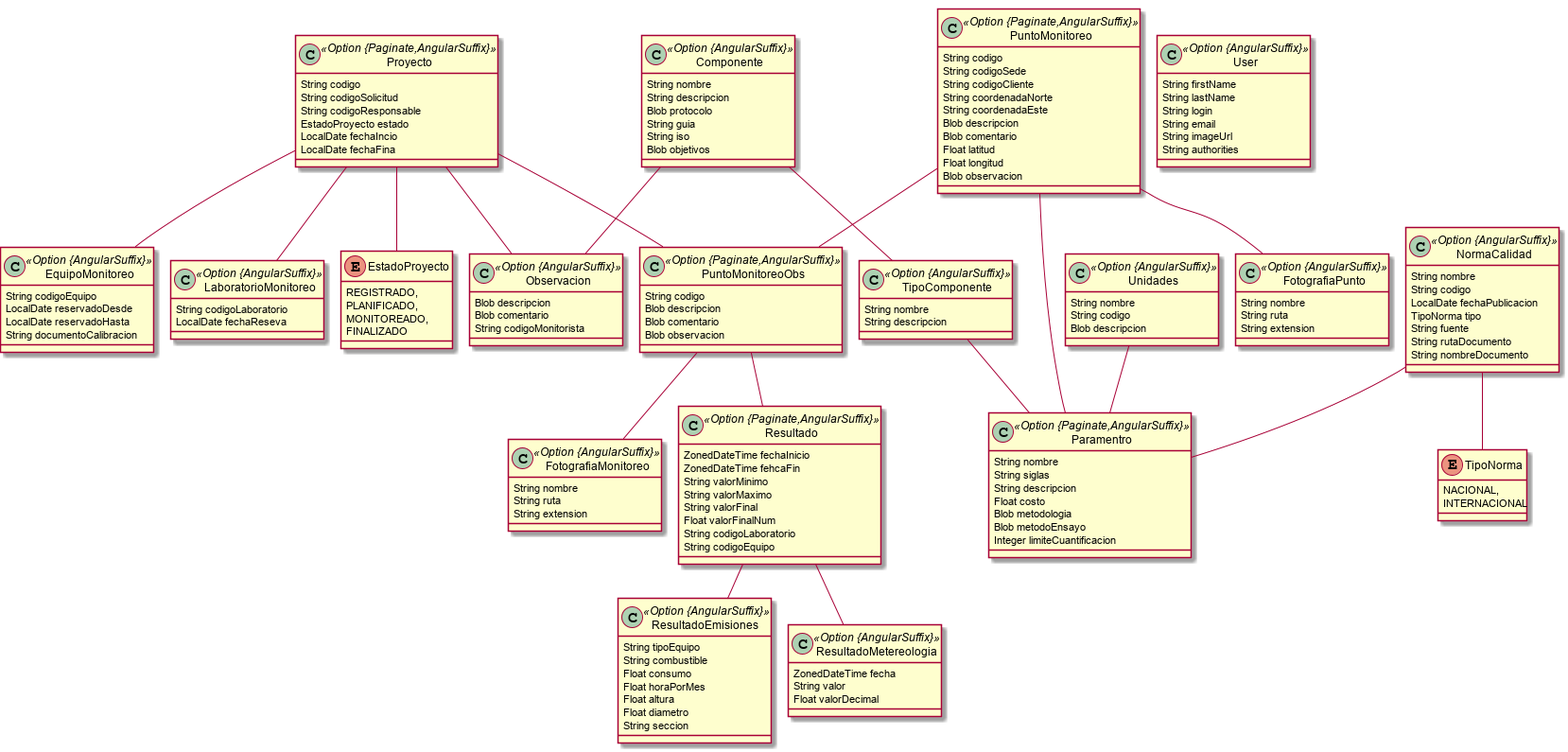
MIJAEL888/Sigma keeps this PlantUML diagram as Monitoreo.model.png. Above is the earlier version.
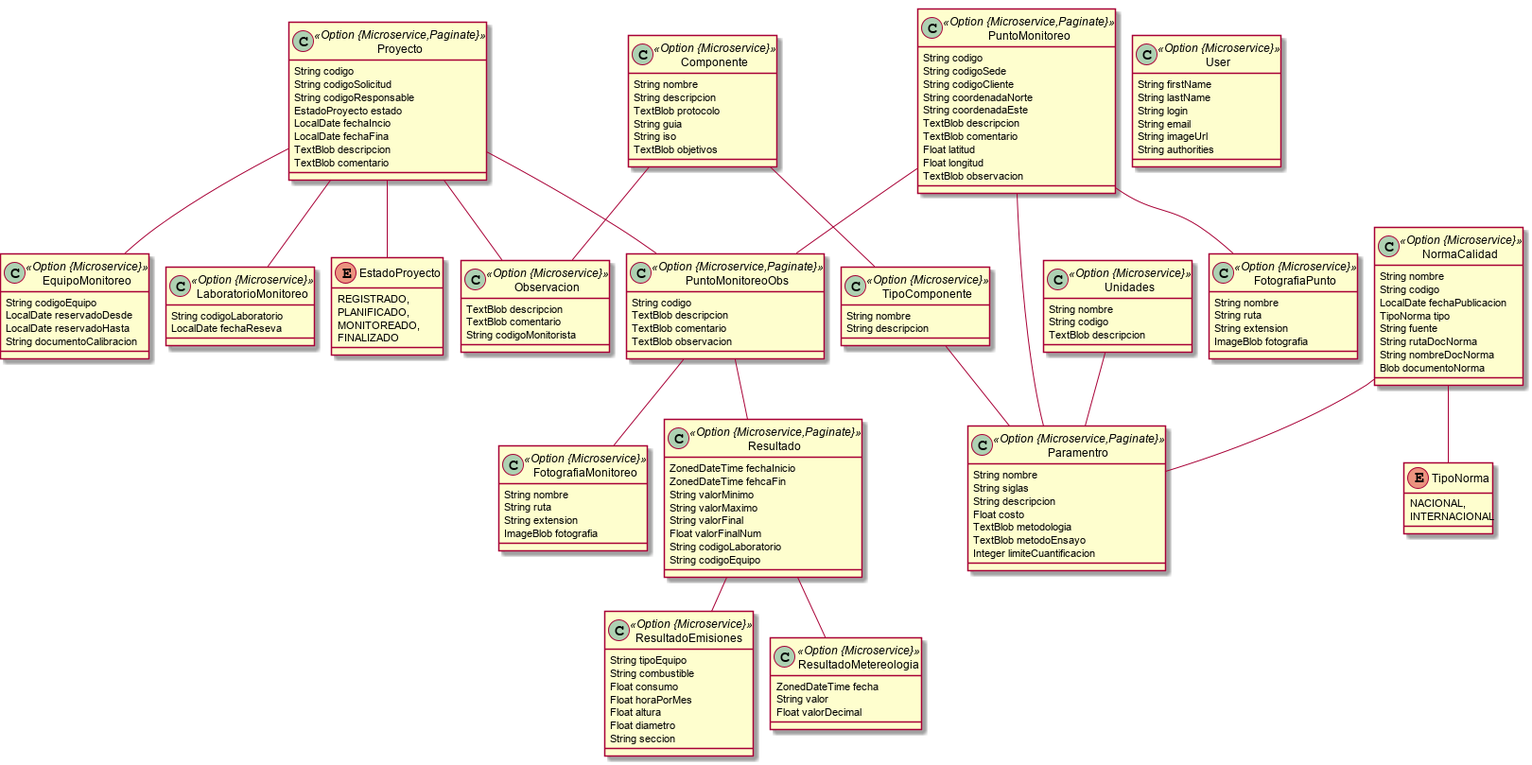
After the commit.

What changed in the source:
```diff
@@ -1,88 +1,93 @@
 @startuml
 	!pragma graphviz_dot jdot
 	!pragma syntax class
-	class Proyecto <<Option {Paginate,AngularSuffix}>> {
+	class Proyecto <<Option {Microservice,Paginate}>> {
 		String codigo
 		String codigoSolicitud
 		String codigoResponsable
 		EstadoProyecto estado
 		LocalDate fechaIncio
 		LocalDate fechaFina
+		TextBlob descripcion
+		TextBlob comentario
 	}
 	Proyecto ..> EstadoProyecto
-	class EquipoMonitoreo <<Option {AngularSuffix}>> {
+	class EquipoMonitoreo <<Option {Microservice}>> {
 		String codigoEquipo
 		LocalDate reservadoDesde
 		LocalDate reservadoHasta
 		String documentoCalibracion
 	}
-	class LaboratorioMonitoreo <<Option {AngularSuffix}>> {
+	class LaboratorioMonitoreo <<Option {Microservice}>> {
 		String codigoLaboratorio
 		LocalDate fechaReseva
 	}
-	class Observacion <<Option {AngularSuffix}>> {
-		Blob descripcion
-		Blob comentario
+	class Observacion <<Option {Microservice}>> {
+		TextBlob descripcion
+		TextBlob comentario
 		String codigoMonitorista
 	}
-	class Componente <<Option {AngularSuffix}>> {
+	class Componente <<Option {Microservice}>> {
 		String nombre
 		String descripcion
-		Blob protocolo
+		TextBlob protocolo
 		String guia
 		String iso
-		Blob objetivos
+		TextBlob objetivos
 	}
-	class TipoComponente <<Option {AngularSuffix}>> {
+	class TipoComponente <<Option {Microservice}>> {
 		String nombre
 		String descripcion
 	}
-	class Paramentro <<Option {Paginate,AngularSuffix}>> {
+	class Paramentro <<Option {Microservice,Paginate}>> {
 		String nombre
 		String siglas
 		String descripcion
 		Float costo
-		Blob metodologia
-		Blob metodoEnsayo
+		TextBlob metodologia
+		TextBlob metodoEnsayo
 		Integer limiteCuantificacion
 	}
-	class NormaCalidad <<Option {AngularSuffix}>> {
+	class NormaCalidad <<Option {Microservice}>> {
 		String nombre
 		String codigo
 		LocalDate fechaPublicacion
 		TipoNorma tipo
 		String fuente
-		String rutaDocumento
-		String nombreDocumento
+		String rutaDocNorma
+		String nombreDocNorma
+		Blob documentoNorma
 	}
 	NormaCalidad ..> TipoNorma
-	class PuntoMonitoreo <<Option {Paginate,AngularSuffix}>> {
+	class PuntoMonitoreo <<Option {Microservice,Paginate}>> {
 		String codigo
 		String codigoSede
 		String codigoCliente
 		String coordenadaNorte
 		String coordenadaEste
-		Blob descripcion
-		Blob comentario
+		TextBlob descripcion
+		TextBlob comentario
 		Float latitud
 		Float longitud
-		Blob observacion
+		TextBlob observacion
 	}
-	class PuntoMonitoreoObs <<Option {Paginate,AngularSuffix}>> {
+	class PuntoMonitoreoObs <<Option {Microservice,Paginate}>> {
 		String codigo
-		Blob descripcion
-		Blob comentario
-		Blob observacion
+		TextBlob descripcion
+		TextBlob comentario
+		TextBlob observacion
 	}
-	class FotografiaPunto <<Option {AngularSuffix}>> {
+	class FotografiaPunto <<Option {Microservice}>> {
 		String nombre
 		String ruta
 		String extension
+		ImageBlob fotografia
 	}
-	class FotografiaMonitoreo <<Option {AngularSuffix}>> {
+	class FotografiaMonitoreo <<Option {Microservice}>> {
 		String nombre
 		String ruta
 		String extension
+		ImageBlob fotografia
 	}
 	enum EstadoProyecto {
 		REGISTRADO,
@@ -94,12 +99,12 @@
 		NACIONAL,
 		INTERNACIONAL
 	}
-	class Unidades <<Option {AngularSuffix}>> {
+	class Unidades <<Option {Microservice}>> {
 		String nombre
 		String codigo
-		Blob descripcion
+		TextBlob descripcion
 	}
-	class Resultado <<Option {Paginate,AngularSuffix}>> {
+	class Resultado <<Option {Microservice,Paginate}>> {
 		ZonedDateTime fechaInicio
 		ZonedDateTime fehcaFin
 		String valorMinimo
@@ -109,7 +114,7 @@
 		String codigoLaboratorio
 		String codigoEquipo
 	}
-	class ResultadoEmisiones <<Option {AngularSuffix}>> {
+	class ResultadoEmisiones <<Option {Microservice}>> {
 		String tipoEquipo
 		String combustible
 		Float consumo
@@ -118,7 +123,7 @@
 		Float diametro
 		String seccion
 	}
-	class ResultadoMetereologia <<Option {AngularSuffix}>> {
+	class ResultadoMetereologia <<Option {Microservice}>> {
 		ZonedDateTime fecha
 		String valor
 		Float valorDecimal
@@ -139,7 +144,7 @@
 	Resultado  "resultadoMetereologia 0..1 " --o "0..* "  ResultadoMetereologia
 	Componente  "observacion 0..1 " --o "0..* "  Observacion
 	PuntoMonitoreoObs  "resultado 0..1 " -- "puntoMonitoreoObs 0..1 "  Resultado
-	class User <<Option {AngularSuffix}>> {
+	class User <<Option {Microservice}>> {
 		String firstName
 		String lastName
 		String login
```
